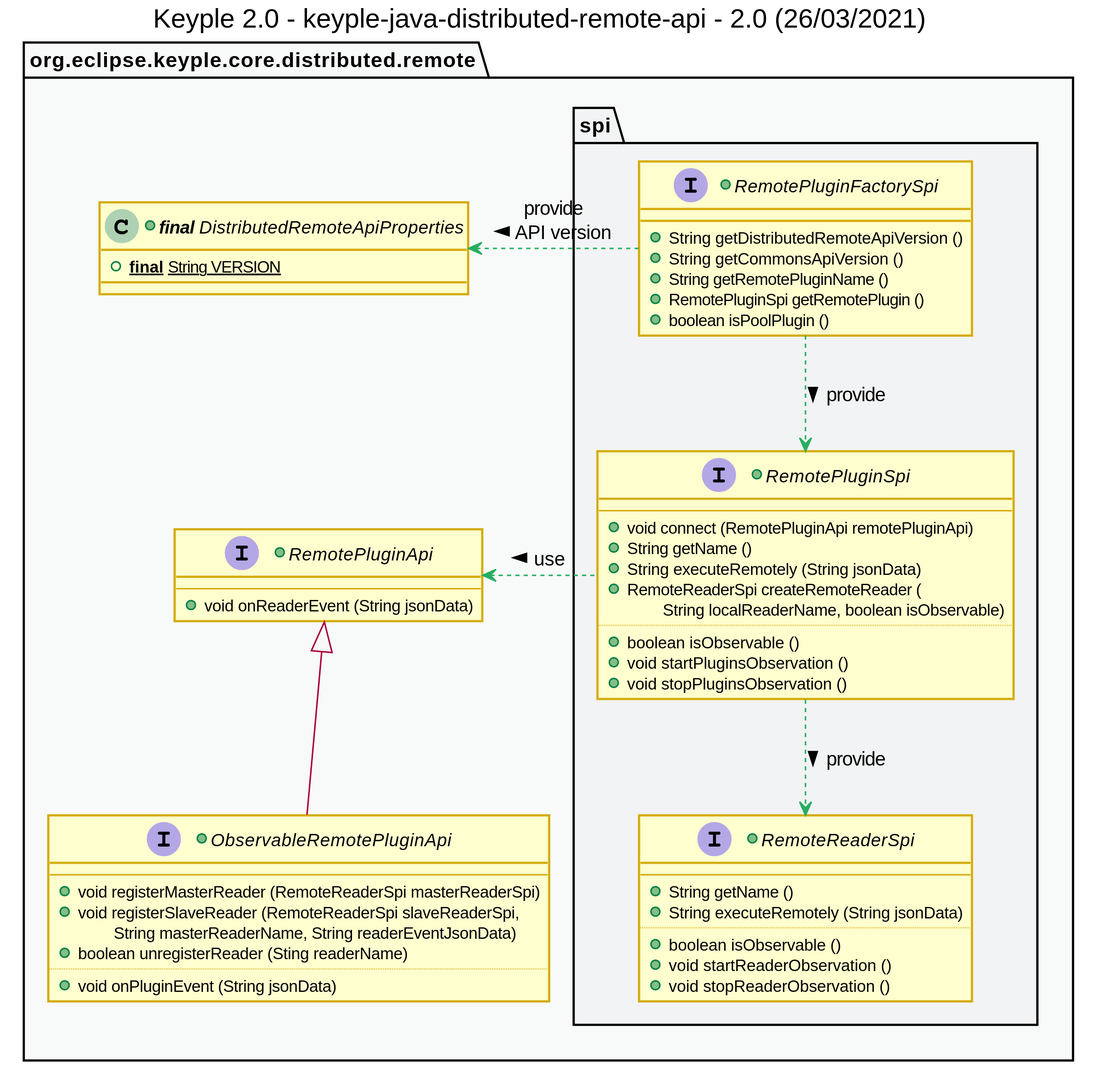
Before: uml/class/private-api/keyple_2_0_class_distributed_remote_api.svg, a diagram exported from PlantUML (calypsonet/keyple_2_0).
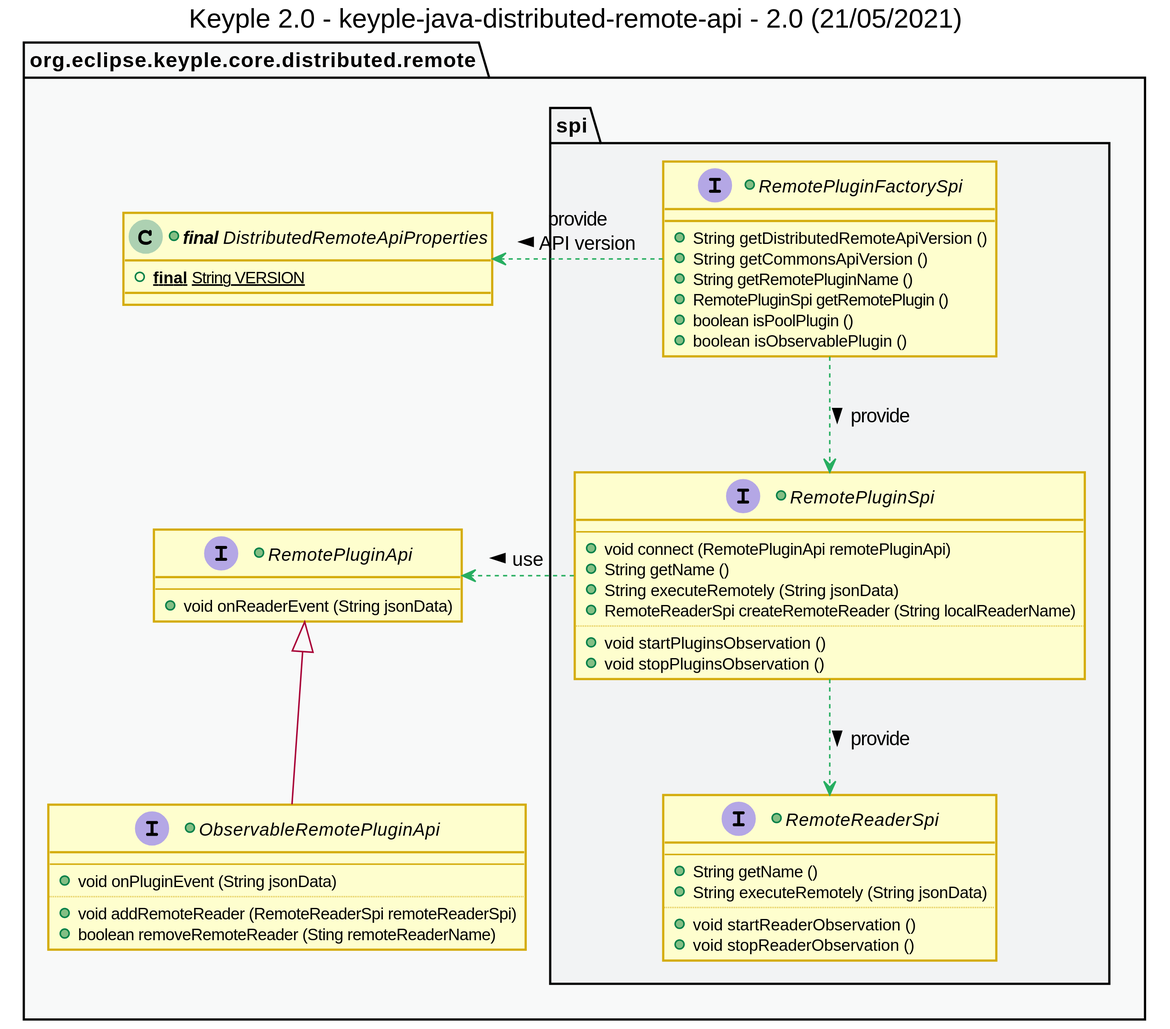
The same file after the commit.

Diff of the diagram source:
```diff
@@ -1,6 +1,6 @@
 @startuml
 title
-    Keyple 2.0 - keyple-java-distributed-remote-api - 2.0 (26/03/2021)
+    Keyple 2.0 - keyple-java-distributed-remote-api - 2.0 (21/05/2021)
 end title
 
 
@@ -47,12 +47,10 @@
     }
     +interface ObservableRemotePluginApi extends RemotePluginApi {
         --
-        +void registerMasterReader (RemoteReaderSpi masterReaderSpi)
-        +void registerSlaveReader (RemoteReaderSpi slaveReaderSpi,
-            \tString masterReaderName, String readerEventJsonData)
-        +boolean unregisterReader (Sting readerName)
+        +void onPluginEvent (String jsonData)
         ..
-        +void onPluginEvent (String jsonData)
+        +void addRemoteReader (RemoteReaderSpi remoteReaderSpi)
+        +boolean removeRemoteReader (Sting remoteReaderName)
     }
     package spi {
         +interface RemotePluginFactorySpi {
@@ -61,16 +59,15 @@
             +String getRemotePluginName ()
             +RemotePluginSpi getRemotePlugin ()
             +boolean isPoolPlugin ()
+            +boolean isObservablePlugin ()
         }
         +interface RemotePluginSpi {
             --
             +void connect (RemotePluginApi remotePluginApi)
             +String getName ()
             +String executeRemotely (String jsonData)
-            +RemoteReaderSpi createRemoteReader (
-                \tString localReaderName, boolean isObservable)
+            +RemoteReaderSpi createRemoteReader (String localReaderName)
             ..
-            +boolean isObservable ()
             +void startPluginsObservation ()
             +void stopPluginsObservation ()
         }
@@ -79,7 +76,6 @@
             +String getName ()
             +String executeRemotely (String jsonData)
             ..
-            +boolean isObservable ()
             +void startReaderObservation ()
             +void stopReaderObservation ()
         }
```
